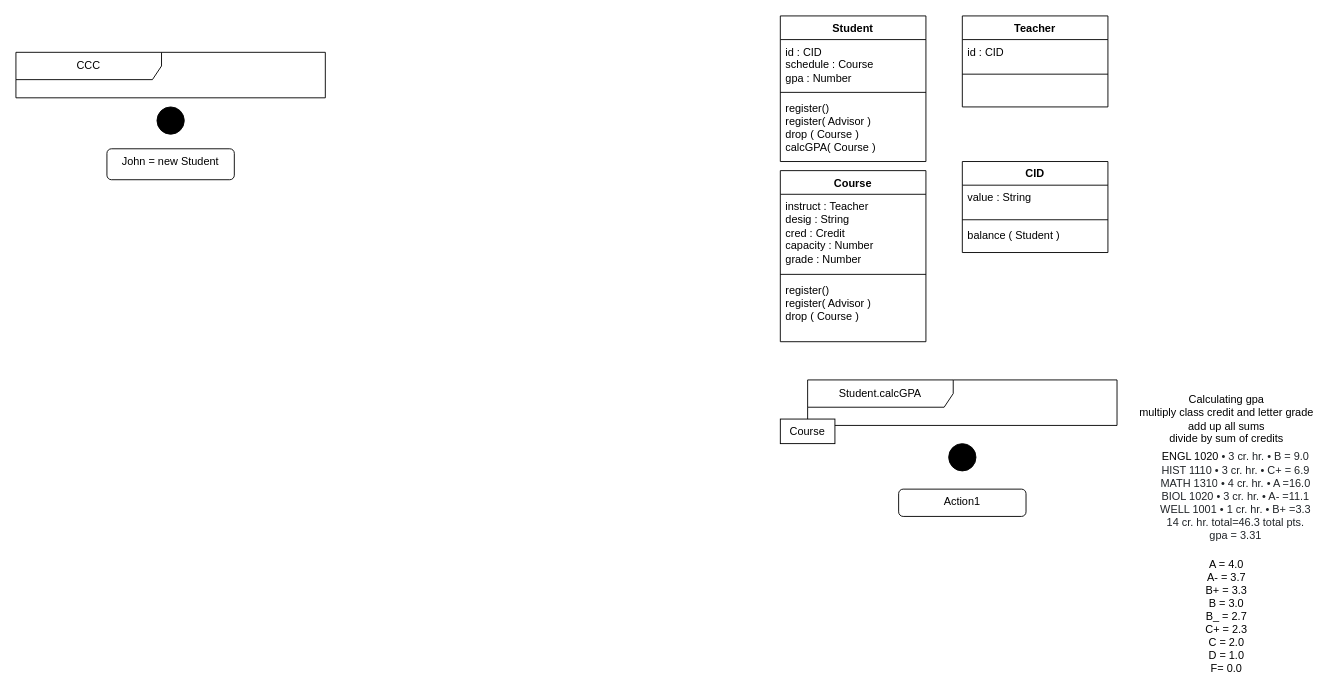
Before: page "CCC" (1 of 2) of ccc-model.drawio in VoltageGP/ccc-model, a draw.io diagram. Source tidied: cells renumbered, new cells numbered last; positions are measured from the earlier drawing's top-left corner, leaving out a move shared by most shapes. Both pictures are drawn from the tidied source at 91%, with x=0, y=0 at pixel (15, 15).
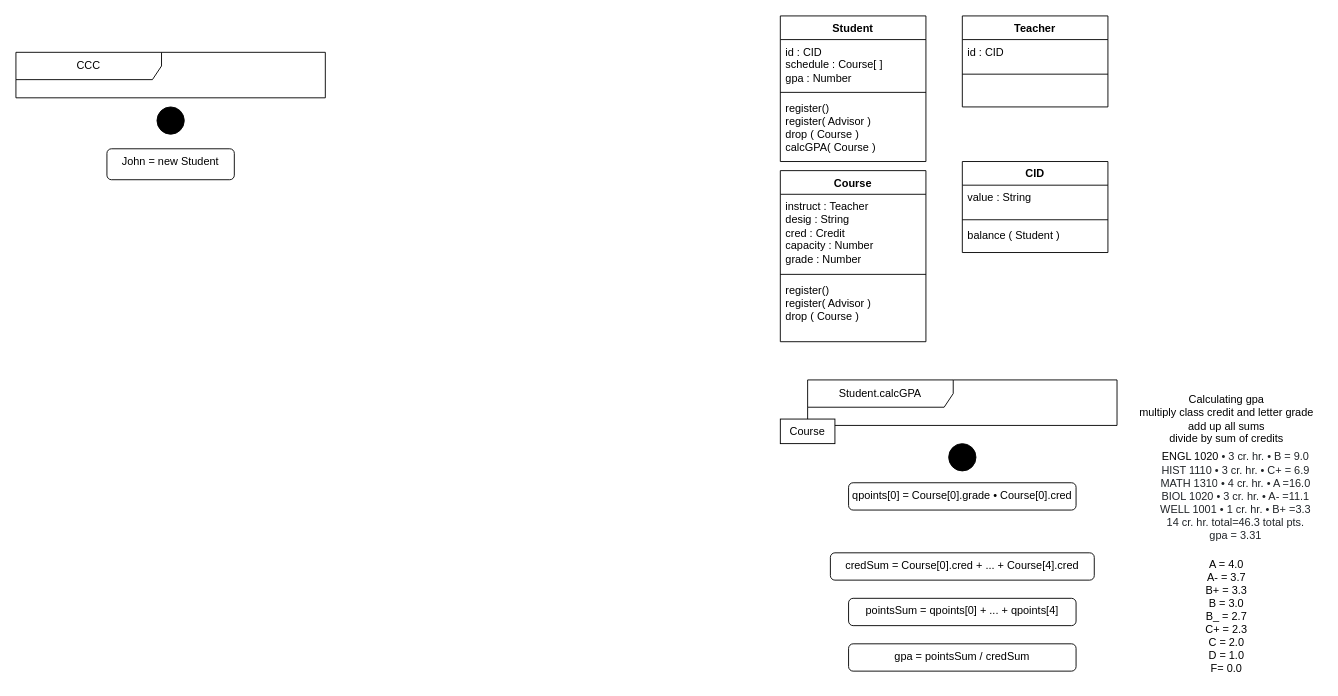
After the change.

Commit message:
Exapnded upon the calcGPA activity

The change refers to these unchanged cells:
```xml
<mxCell id="2" value="Student" style="swimlane;fontStyle=1;align=center;verticalAlign=top;horizontal=1;startSize=26;whiteSpace=wrap;html=1;" parent="1" vertex="1">
  <mxGeometry x="840" width="160" height="160" as="geometry" />
</mxCell>
```

The edit, as a diff of the source:
```diff
@@
-    <mxCell id="3" value="id : CID&lt;br&gt;schedule : Course&lt;br&gt;gpa : Number" style="text;strokeColor=none;fillColor=none;align=left;verticalAlign=top;spacingLeft=4;spacingRight=4;overflow=hidden;whiteSpace=wrap;html=1;" parent="2" vertex="1">
+    <mxCell id="3" value="id : CID&lt;br&gt;schedule : Course[ ]&lt;br&gt;gpa : Number" style="text;strokeColor=none;fillColor=none;align=left;verticalAlign=top;spacingLeft=4;spacingRight=4;overflow=hidden;whiteSpace=wrap;html=1;" parent="2" vertex="1">
       <mxGeometry y="26" width="160" height="54" as="geometry" />
     </mxCell>
@@
-    <mxCell id="20" value="Action1" style="html=1;align=center;verticalAlign=top;rounded=1;absoluteArcSize=1;arcSize=10;dashed=0;whiteSpace=wrap;" parent="1" vertex="1">
-      <mxGeometry x="970" y="520" width="140" height="30" as="geometry" />
+    <mxCell id="20" value="qpoints[0] = Course[0].grade&amp;nbsp;• Course[0].cred&lt;br&gt;&amp;nbsp;" style="html=1;align=center;verticalAlign=top;rounded=1;absoluteArcSize=1;arcSize=10;dashed=0;whiteSpace=wrap;" parent="1" vertex="1">
+      <mxGeometry x="915" y="513" width="250" height="30" as="geometry" />
     </mxCell>
@@
+    <mxCell id="28" value="credSum = Course[0].cred + ... + Course[4].cred" style="html=1;align=center;verticalAlign=top;rounded=1;absoluteArcSize=1;arcSize=10;dashed=0;whiteSpace=wrap;" parent="1" vertex="1">
+      <mxGeometry x="895" y="590" width="290" height="30" as="geometry" />
+    </mxCell>
+    <mxCell id="29" value="pointsSum = qpoints[0] + ... + qpoints[4]" style="html=1;align=center;verticalAlign=top;rounded=1;absoluteArcSize=1;arcSize=10;dashed=0;whiteSpace=wrap;" parent="1" vertex="1">
+      <mxGeometry x="915" y="640" width="250" height="30" as="geometry" />
+    </mxCell>
+    <mxCell id="30" value="gpa = pointsSum / credSum" style="html=1;align=center;verticalAlign=top;rounded=1;absoluteArcSize=1;arcSize=10;dashed=0;whiteSpace=wrap;" parent="1" vertex="1">
+      <mxGeometry x="915" y="690" width="250" height="30" as="geometry" />
+    </mxCell>
```
